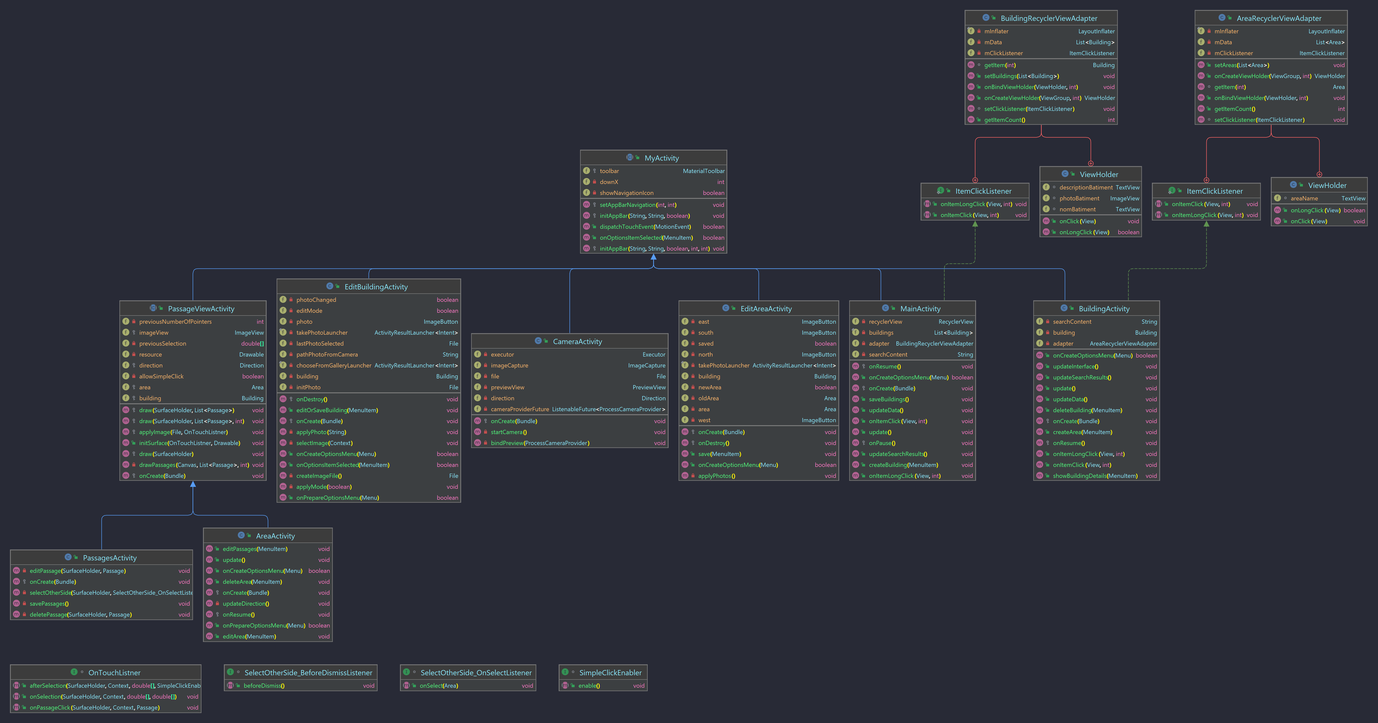
Above: conception/diag_c_activities_generated.png in ActxLeToucan/fst_l3_devmobile_roomview (PlantUML), before the change. Its source is kept beside it as conception/diag_c_activities_generated.puml.
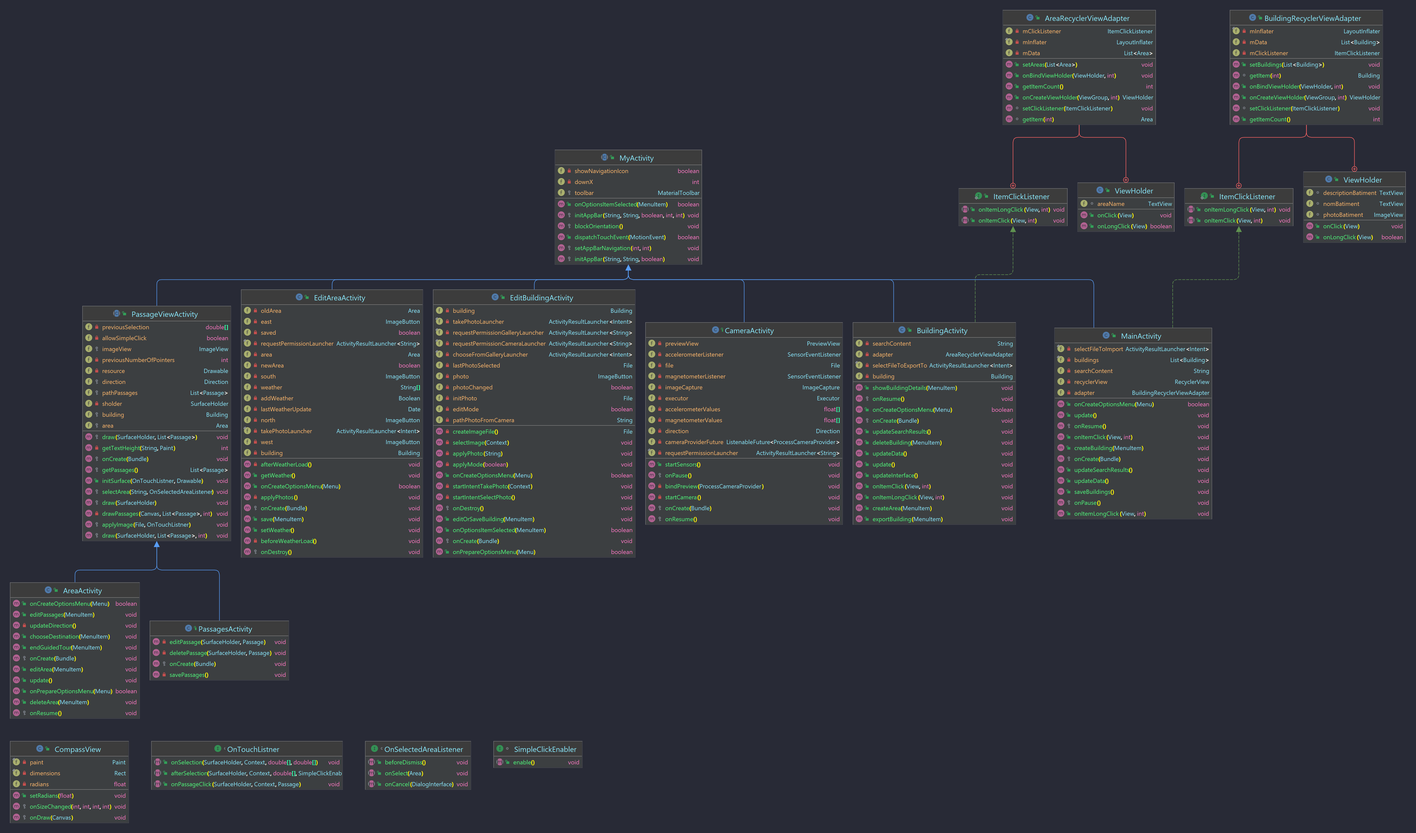
After the commit.

Change to the diagram source:
```diff
@@ -5,202 +5,239 @@
 skinparam linetype ortho
 
 class AreaActivity {
+  + onCreateOptionsMenu(Menu): boolean
   + editPassages(MenuItem): void
+  - updateDirection(): void
+  + chooseDestination(MenuItem): void
+  + endGuidedTour(MenuItem): void
+  # onCreate(Bundle): void
+  + editArea(MenuItem): void
   + update(): void
-  + onCreateOptionsMenu(Menu): boolean
+  + onPrepareOptionsMenu(Menu): boolean
   + deleteArea(MenuItem): void
-  # onCreate(Bundle): void
-  - updateDirection(): void
   # onResume(): void
-  + onPrepareOptionsMenu(Menu): boolean
-  + editArea(MenuItem): void
 }
 class AreaRecyclerViewAdapter {
+  - mClickListener: ItemClickListener
   - mInflater: LayoutInflater
   - mData: List<Area>
-  - mClickListener: ItemClickListener
   + setAreas(List<Area>): void
-  + onCreateViewHolder(ViewGroup, int): ViewHolder
-  ~ getItem(int): Area
   + onBindViewHolder(ViewHolder, int): void
   + getItemCount(): int
+  + onCreateViewHolder(ViewGroup, int): ViewHolder
   ~ setClickListener(ItemClickListener): void
+  ~ getItem(int): Area
 }
 class BuildingActivity {
   - searchContent: String
+  - adapter: AreaRecyclerViewAdapter
+  - selectFileToExportTo: ActivityResultLauncher<Intent>
   - building: Building
-  - adapter: AreaRecyclerViewAdapter
+  + showBuildingDetails(MenuItem): void
+  # onResume(): void
   + onCreateOptionsMenu(Menu): boolean
+  # onCreate(Bundle): void
+  + updateSearchResults(): void
+  + deleteBuilding(MenuItem): void
+  + updateData(): void
+  + update(): void
   + updateInterface(): void
-  + updateSearchResults(): void
-  + update(): void
-  + updateData(): void
-  + deleteBuilding(MenuItem): void
-  # onCreate(Bundle): void
+  + onItemClick(View, int): void
+  + onItemLongClick(View, int): void
   + createArea(MenuItem): void
-  # onResume(): void
-  + onItemLongClick(View, int): void
-  + onItemClick(View, int): void
-  + showBuildingDetails(MenuItem): void
+  + exportBuilding(MenuItem): void
 }
 class BuildingRecyclerViewAdapter {
   - mInflater: LayoutInflater
   - mData: List<Building>
   - mClickListener: ItemClickListener
+  + setBuildings(List<Building>): void
   ~ getItem(int): Building
-  + setBuildings(List<Building>): void
   + onBindViewHolder(ViewHolder, int): void
   + onCreateViewHolder(ViewGroup, int): ViewHolder
   ~ setClickListener(ItemClickListener): void
   + getItemCount(): int
 }
 class CameraActivity {
+  - previewView: PreviewView
+  - accelerometerListener: SensorEventListener
+  - file: File
+  - magnetometerListener: SensorEventListener
+  - imageCapture: ImageCapture
   - executor: Executor
-  - imageCapture: ImageCapture
-  - file: File
-  - previewView: PreviewView
+  - accelerometerValues: float[]
+  - magnetometerValues: float[]
   - direction: Direction
   - cameraProviderFuture: ListenableFuture<ProcessCameraProvider>
+  - requestPermissionLauncher: ActivityResultLauncher<String>
+  + startSensors(): void
+  # onPause(): void
+  - bindPreview(ProcessCameraProvider): void
+  - startCamera(): void
   # onCreate(Bundle): void
-  - startCamera(): void
-  - bindPreview(ProcessCameraProvider): void
+  # onResume(): void
+}
+class CompassView {
+  - paint: Paint
+  - dimensions: Rect
+  - radians: float
+  + setRadians(float): void
+  # onSizeChanged(int, int, int, int): void
+  # onDraw(Canvas): void
 }
 class EditAreaActivity {
+  - oldArea: Area
   - east: ImageButton
+  - saved: boolean
+  - requestPermissionLauncher: ActivityResultLauncher<String>
+  - area: Area
+  - newArea: boolean
   - south: ImageButton
-  - saved: boolean
+  - weather: String[]
+  - addWeather: Boolean
+  - lastWeatherUpdate: Date
   - north: ImageButton
   - takePhotoLauncher: ActivityResultLauncher<Intent>
+  - west: ImageButton
   - building: Building
-  - newArea: boolean
-  - oldArea: Area
-  - area: Area
-  - west: ImageButton
-  # onCreate(Bundle): void
-  # onDestroy(): void
-  + save(MenuItem): void
+  - afterWeatherLoad(): void
+  + getWeather(): void
   + onCreateOptionsMenu(Menu): boolean
   - applyPhotos(): void
+  # onCreate(Bundle): void
+  + save(MenuItem): void
+  + setWeather(): void
+  - beforeWeatherLoad(): void
+  # onDestroy(): void
 }
 class EditBuildingActivity {
+  - building: Building
+  - takePhotoLauncher: ActivityResultLauncher<Intent>
+  - requestPermissionGalleryLauncher: ActivityResultLauncher<String>
+  - requestPermissionCameraLauncher: ActivityResultLauncher<String>
+  - chooseFromGalleryLauncher: ActivityResultLauncher<Intent>
+  - lastPhotoSelected: File
+  - photo: ImageButton
   - photoChanged: boolean
+  - initPhoto: File
   - editMode: boolean
-  - photo: ImageButton
-  - takePhotoLauncher: ActivityResultLauncher<Intent>
-  - lastPhotoSelected: File
   - pathPhotoFromCamera: String
-  - chooseFromGalleryLauncher: ActivityResultLauncher<Intent>
-  - building: Building
-  - initPhoto: File
+  - createImageFile(): File
+  - selectImage(Context): void
+  - applyPhoto(String): void
+  - applyMode(boolean): void
+  + onCreateOptionsMenu(Menu): boolean
+  - startIntentTakePhoto(Context): void
+  - startIntentSelectPhoto(): void
   # onDestroy(): void
   + editOrSaveBuilding(MenuItem): void
+  + onOptionsItemSelected(MenuItem): boolean
   # onCreate(Bundle): void
-  - applyPhoto(String): void
-  - selectImage(Context): void
-  + onCreateOptionsMenu(Menu): boolean
-  + onOptionsItemSelected(MenuItem): boolean
-  - createImageFile(): File
-  - applyMode(boolean): void
   + onPrepareOptionsMenu(Menu): boolean
 }
 interface ItemClickListener << interface >> {
+  + onItemLongClick(View, int): void
   + onItemClick(View, int): void
-  + onItemLongClick(View, int): void
 }
 interface ItemClickListener << interface >> {
   + onItemLongClick(View, int): void
   + onItemClick(View, int): void
 }
 class MainActivity {
+  - selectFileToImport: ActivityResultLauncher<Intent>
+  - buildings: List<Building>
+  - searchContent: String
   - recyclerView: RecyclerView
-  - buildings: List<Building>
   - adapter: BuildingRecyclerViewAdapter
-  - searchContent: String
+  + onCreateOptionsMenu(Menu): boolean
+  + update(): void
   # onResume(): void
-  + onCreateOptionsMenu(Menu): boolean
+  + onItemClick(View, int): void
+  + createBuilding(MenuItem): void
   # onCreate(Bundle): void
+  + updateSearchResults(): void
+  + updateData(): void
   + saveBuildings(): void
-  + updateData(): void
-  + onItemClick(View, int): void
-  + update(): void
   # onPause(): void
-  + updateSearchResults(): void
-  + createBuilding(MenuItem): void
   + onItemLongClick(View, int): void
 }
 class MyActivity {
+  - showNavigationIcon: boolean
+  - downX: int
   # toolbar: MaterialToolbar
-  - downX: int
-  - showNavigationIcon: boolean
+  + onOptionsItemSelected(MenuItem): boolean
+  # initAppBar(String, String, boolean, int, int): void
+  # blockOrientation(): void
+  + dispatchTouchEvent(MotionEvent): boolean
   # setAppBarNavigation(int, int): void
   # initAppBar(String, String, boolean): void
-  + dispatchTouchEvent(MotionEvent): boolean
-  + onOptionsItemSelected(MenuItem): boolean
-  # initAppBar(String, String, boolean, int, int): void
+}
+interface OnSelectedAreaListener << interface >> {
+  + beforeDismiss(): void
+  + onSelect(Area): void
+  + onCancel(DialogInterface): void
 }
 interface OnTouchListner << interface >> {
+  + onSelection(SurfaceHolder, Context, double[], double[]): void
   + afterSelection(SurfaceHolder, Context, double[], SimpleClickEnabler): void
-  + onSelection(SurfaceHolder, Context, double[], double[]): void
   + onPassageClick(SurfaceHolder, Context, Passage): void
 }
 class PassageViewActivity {
+  - previousSelection: double[]
+  - allowSimpleClick: boolean
+  # imageView: ImageView
   - previousNumberOfPointers: int
-  # imageView: ImageView
-  - previousSelection: double[]
   - resource: Drawable
   # direction: Direction
-  - allowSimpleClick: boolean
+  # pathPassages: List<Passage>
+  - sholder: SurfaceHolder
+  # building: Building
   # area: Area
-  # building: Building
   # draw(SurfaceHolder, List<Passage>): void
-  # draw(SurfaceHolder, List<Passage>, int): void
-  # applyImage(File, OnTouchListner): void
+  - getTextHeight(String, Paint): int
+  # onCreate(Bundle): void
+  # getPassages(): List<Passage>
   + initSurface(OnTouchListner, Drawable): void
+  # selectArea(String, OnSelectedAreaListener): void
   # draw(SurfaceHolder): void
   - drawPassages(Canvas, List<Passage>, int): void
-  # onCreate(Bundle): void
+  # applyImage(File, OnTouchListner): void
+  # draw(SurfaceHolder, List<Passage>, int): void
 }
 class PassagesActivity {
   - editPassage(SurfaceHolder, Passage): void
+  - deletePassage(SurfaceHolder, Passage): void
   # onCreate(Bundle): void
-  - selectOtherSide(SurfaceHolder, SelectOtherSide_OnSelectListener, SelectOtherSide_BeforeDismissListener): void
   - savePassages(): void
-  - deletePassage(SurfaceHolder, Passage): void
-}
-interface SelectOtherSide_BeforeDismissListener << interface >> {
-  + beforeDismiss(): void
-}
-interface SelectOtherSide_OnSelectListener << interface >> {
-  + onSelect(Area): void
 }
 interface SimpleClickEnabler << interface >> {
   + enable(): void
 }
 class ViewHolder {
-  ~ descriptionBatiment: TextView
-  ~ photoBatiment: ImageView
-  ~ nomBatiment: TextView
+  ~ areaName: TextView
   + onClick(View): void
   + onLongClick(View): boolean
 }
 class ViewHolder {
-  ~ areaName: TextView
+  ~ descriptionBatiment: TextView
+  ~ nomBatiment: TextView
+  ~ photoBatiment: ImageView
+  + onClick(View): void
   + onLongClick(View): boolean
-  + onClick(View): void
 }
 
-AreaActivity                           -[#000082,plain]-^  PassageViewActivity
-BuildingActivity                       -[#008200,dashed]-^  ItemClickListener
-BuildingActivity                       -[#000082,plain]-^  MyActivity
-CameraActivity                         -[#000082,plain]-^  MyActivity
-EditAreaActivity                       -[#000082,plain]-^  MyActivity
-EditBuildingActivity                   -[#000082,plain]-^  MyActivity
-ItemClickListener                      +-[#820000,plain]-  AreaRecyclerViewAdapter
-ItemClickListener                      +-[#820000,plain]-  BuildingRecyclerViewAdapter
-MainActivity                           -[#008200,dashed]-^  ItemClickListener
-MainActivity                           -[#000082,plain]-^  MyActivity
-PassageViewActivity                    -[#000082,plain]-^  MyActivity
-PassagesActivity                       -[#000082,plain]-^  PassageViewActivity
-ViewHolder                             +-[#820000,plain]-  AreaRecyclerViewAdapter
-ViewHolder                             +-[#820000,plain]-  BuildingRecyclerViewAdapter
+AreaActivity                 -[#000082,plain]-^  PassageViewActivity
+BuildingActivity             -[#008200,dashed]-^  ItemClickListener
+BuildingActivity             -[#000082,plain]-^  MyActivity
+CameraActivity               -[#000082,plain]-^  MyActivity
+EditAreaActivity             -[#000082,plain]-^  MyActivity
+EditBuildingActivity         -[#000082,plain]-^  MyActivity
+ItemClickListener            +-[#820000,plain]-  AreaRecyclerViewAdapter
+ItemClickListener            +-[#820000,plain]-  BuildingRecyclerViewAdapter
+MainActivity                 -[#008200,dashed]-^  ItemClickListener
+MainActivity                 -[#000082,plain]-^  MyActivity
+PassageViewActivity          -[#000082,plain]-^  MyActivity
+PassagesActivity             -[#000082,plain]-^  PassageViewActivity
+ViewHolder                   +-[#820000,plain]-  AreaRecyclerViewAdapter
+ViewHolder                   +-[#820000,plain]-  BuildingRecyclerViewAdapter
 @enduml
```
